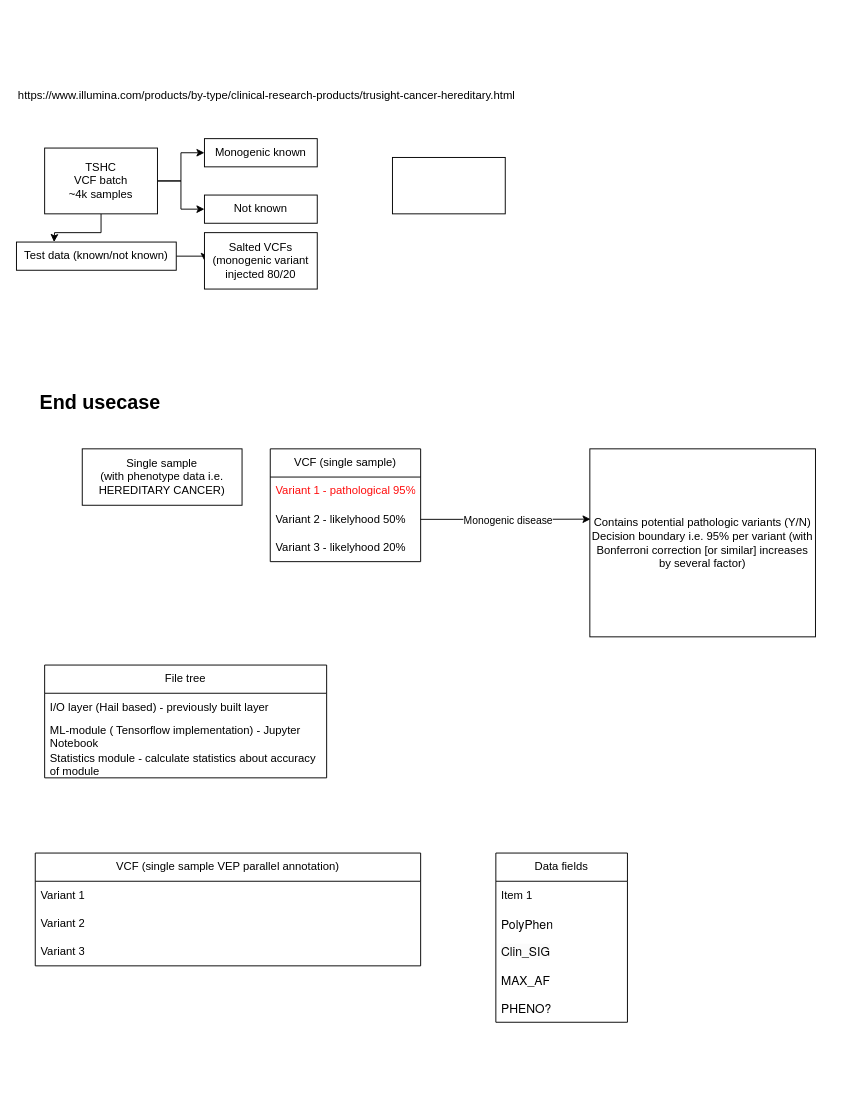
This is Untitled Diagram.drawio from OligoGeneticDiseases/GenomeMLModels, a draw.io file, before an edit. Source tidied: cells renumbered, new cells numbered last; positions are measured from the earlier drawing's top-left corner, leaving out a move shared by most shapes. Both pictures are drawn from the tidied source at 94%, with x=0, y=0 at pixel (16, 82).
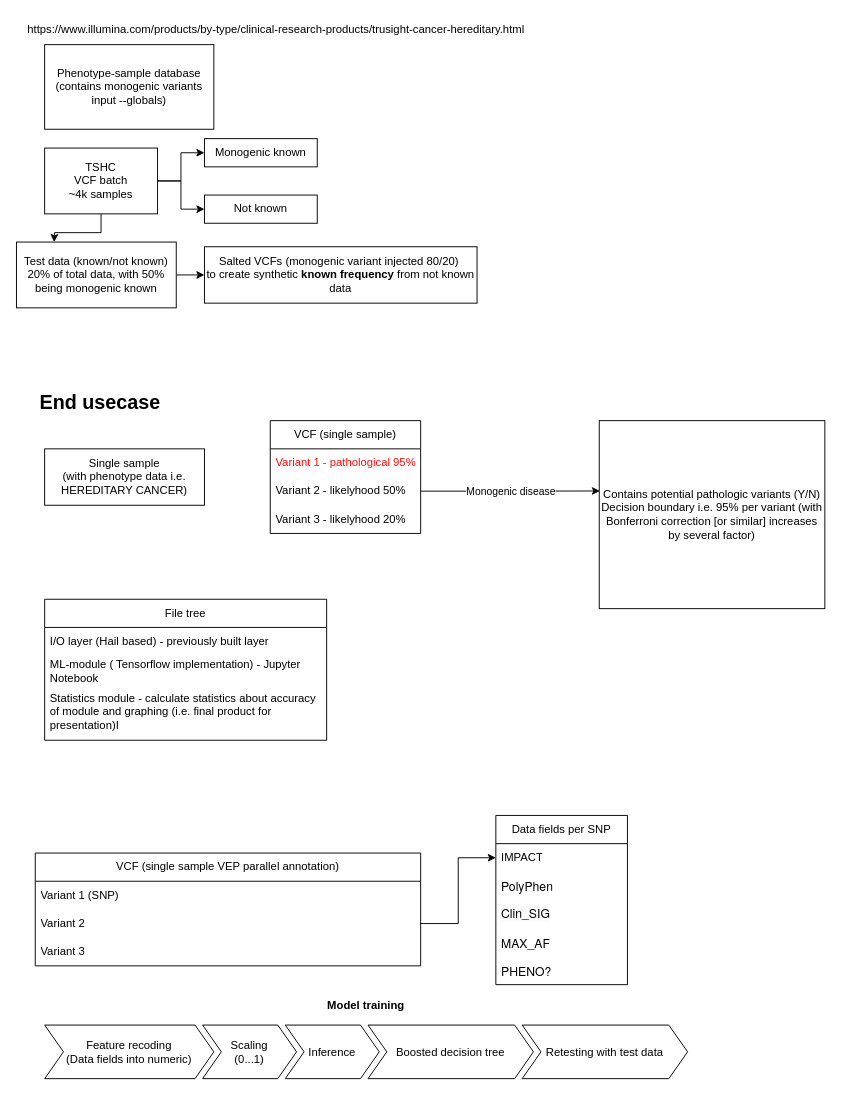
After the change.

The change refers to these unchanged cells:
```xml
<mxCell id="7" value="VCF (single sample VEP parallel annotation)" style="swimlane;fontStyle=0;horizontal=1;startSize=30;whiteSpace=wrap;html=1;" parent="1" vertex="1">
  <mxGeometry x="20" y="820" width="410" height="120" as="geometry" />
</mxCell>
<mxCell id="9" value="Variant 2" style="text;strokeColor=none;fillColor=none;align=left;verticalAlign=middle;spacingLeft=4;spacingRight=4;overflow=hidden;points=[[0,0.5],[1,0.5]];portConstraint=eastwest;whiteSpace=wrap;html=1;" parent="7" vertex="1">
  <mxGeometry y="60" width="410" height="30" as="geometry" />
</mxCell>
```

The edit, as a diff of the source:
```diff
@@
     <mxCell id="6" value="Single sample&lt;br&gt;(with phenotype data i.e. HEREDITARY CANCER)" style="rounded=0;whiteSpace=wrap;html=1;" parent="1" vertex="1">
-      <mxGeometry x="70" y="390" width="170" height="60" as="geometry" />
+      <mxGeometry x="30" y="390" width="170" height="60" as="geometry" />
     </mxCell>
@@
-    <mxCell id="8" value="Variant 1" style="text;strokeColor=none;fillColor=none;align=left;verticalAlign=middle;spacingLeft=4;spacingRight=4;overflow=hidden;whiteSpace=wrap;html=1;" parent="7" vertex="1">
+    <mxCell id="8" value="Variant 1 (SNP)" style="text;strokeColor=none;fillColor=none;align=left;verticalAlign=middle;spacingLeft=4;spacingRight=4;overflow=hidden;whiteSpace=wrap;html=1;" parent="7" vertex="1">
       <mxGeometry y="30" width="410" height="30" as="geometry" />
     </mxCell>
@@
     <mxCell id="11" value="Contains potential pathologic variants (Y/N)&lt;br&gt;Decision boundary i.e. 95% per variant (with Bonferroni correction [or similar] increases by several factor)" style="rounded=0;whiteSpace=wrap;html=1;" parent="1" vertex="1">
-      <mxGeometry x="610" y="390" width="240" height="200" as="geometry" />
+      <mxGeometry x="620" y="360" width="240" height="200" as="geometry" />
     </mxCell>
     <mxCell id="12" value="VCF (single sample)" style="swimlane;fontStyle=0;horizontal=1;startSize=30;whiteSpace=wrap;html=1;" parent="1" vertex="1">
-      <mxGeometry x="270" y="390" width="160" height="120" as="geometry" />
+      <mxGeometry x="270" y="360" width="160" height="120" as="geometry" />
     </mxCell>
@@
-    <mxCell id="22" style="rounded=0;whiteSpace=wrap;html=1;" parent="1" vertex="1">
-      <mxGeometry x="400" y="80" width="120" height="60" as="geometry" />
+    <mxCell id="22" value="Phenotype-sample database (contains monogenic variants input --globals)" style="rounded=0;whiteSpace=wrap;html=1;" parent="1" vertex="1">
+      <mxGeometry x="30" y="-40" width="180" height="90" as="geometry" />
     </mxCell>
@@
-    <mxCell id="24" value="Test data (known/not known)" style="rounded=0;whiteSpace=wrap;html=1;" parent="1" vertex="1">
-      <mxGeometry y="170" width="170" height="30" as="geometry" />
+    <mxCell id="24" value="Test data (known/not known)&lt;br&gt;20% of total data, with 50% being monogenic known" style="rounded=0;whiteSpace=wrap;html=1;" parent="1" vertex="1">
+      <mxGeometry y="170" width="170" height="70" as="geometry" />
     </mxCell>
-    <mxCell id="25" value="Salted VCFs (monogenic variant injected 80/20" style="rounded=0;whiteSpace=wrap;html=1;" parent="1" vertex="1">
-      <mxGeometry x="200" y="160" width="120" height="60" as="geometry" />
+    <mxCell id="25" value="Salted VCFs (monogenic variant injected 80/20)&amp;nbsp;&lt;br&gt;to create synthetic &lt;b&gt;known frequency&lt;/b&gt;&amp;nbsp;from not known data" style="rounded=0;whiteSpace=wrap;html=1;" parent="1" vertex="1">
+      <mxGeometry x="200" y="175" width="290" height="60" as="geometry" />
     </mxCell>
@@
     <mxCell id="27" value="File tree" style="swimlane;fontStyle=0;horizontal=1;startSize=30;whiteSpace=wrap;html=1;" parent="1" vertex="1">
-      <mxGeometry x="30" y="620" width="300" height="120" as="geometry" />
+      <mxGeometry x="30" y="550" width="300" height="150" as="geometry" />
     </mxCell>
@@
-    <mxCell id="30" value="Statistics module - calculate statistics about accuracy of module" style="text;strokeColor=none;fillColor=none;align=left;verticalAlign=middle;spacingLeft=4;spacingRight=4;overflow=hidden;whiteSpace=wrap;html=1;" parent="27" vertex="1">
-      <mxGeometry y="90" width="300" height="30" as="geometry" />
+    <mxCell id="30" value="Statistics module - calculate statistics about accuracy of module and graphing (i.e. final product for presentation)I" style="text;strokeColor=none;fillColor=none;align=left;verticalAlign=middle;spacingLeft=4;spacingRight=4;overflow=hidden;whiteSpace=wrap;html=1;" parent="27" vertex="1">
+      <mxGeometry y="90" width="300" height="60" as="geometry" />
     </mxCell>
     <mxCell id="31" value="https://www.illumina.com/products/by-type/clinical-research-products/trusight-cancer-hereditary.html" style="text;whiteSpace=wrap;" parent="1" vertex="1">
-      <mxGeometry width="560" height="50" as="geometry" />
+      <mxGeometry x="10" y="-70" width="560" height="50" as="geometry" />
     </mxCell>
-    <mxCell id="32" value="Data fields" style="swimlane;fontStyle=0;horizontal=1;startSize=30;whiteSpace=wrap;html=1;" parent="1" vertex="1">
-      <mxGeometry x="510" y="820" width="140" height="180" as="geometry" />
+    <mxCell id="32" value="Data fields per SNP" style="swimlane;fontStyle=0;horizontal=1;startSize=30;whiteSpace=wrap;html=1;" parent="1" vertex="1">
+      <mxGeometry x="510" y="780" width="140" height="180" as="geometry" />
     </mxCell>
-    <mxCell id="33" value="Item 1" style="text;strokeColor=none;fillColor=none;align=left;verticalAlign=middle;spacingLeft=4;spacingRight=4;overflow=hidden;points=[[0,0.5],[1,0.5]];portConstraint=eastwest;whiteSpace=wrap;html=1;" parent="32" vertex="1">
+    <mxCell id="33" value="IMPACT" style="text;strokeColor=none;fillColor=none;align=left;verticalAlign=middle;spacingLeft=4;spacingRight=4;overflow=hidden;points=[[0,0.5],[1,0.5]];portConstraint=eastwest;whiteSpace=wrap;html=1;" parent="32" vertex="1">
       <mxGeometry y="30" width="140" height="30" as="geometry" />
     </mxCell>
@@
+    <mxCell id="38" value="Model training" style="swimlane;horizontal=1;fillColor=none;strokeColor=none;stackBorder=10;align=center;whiteSpace=wrap;html=1;" parent="1" vertex="1">
+      <mxGeometry x="20" y="970" width="704" height="100" as="geometry" />
+    </mxCell>
+    <mxCell id="39" value="Feature recoding&lt;br&gt;(Data fields into numeric)" style="shape=step;perimeter=stepPerimeter;fixedSize=1;whiteSpace=wrap;html=1;" parent="38" vertex="1">
+      <mxGeometry x="10" y="33" width="180" height="57" as="geometry" />
+    </mxCell>
+    <mxCell id="40" value="Scaling&lt;br&gt;(0...1)" style="shape=step;perimeter=stepPerimeter;fixedSize=1;whiteSpace=wrap;html=1;" parent="38" vertex="1">
+      <mxGeometry x="178" y="33" width="100" height="57" as="geometry" />
+    </mxCell>
+    <mxCell id="41" value="Inference" style="shape=step;perimeter=stepPerimeter;fixedSize=1;whiteSpace=wrap;html=1;" parent="38" vertex="1">
+      <mxGeometry x="266" y="33" width="100" height="57" as="geometry" />
+    </mxCell>
+    <mxCell id="42" value="Boosted decision tree" style="shape=step;perimeter=stepPerimeter;fixedSize=1;whiteSpace=wrap;html=1;" parent="38" vertex="1">
+      <mxGeometry x="354" y="33" width="176" height="57" as="geometry" />
+    </mxCell>
+    <mxCell id="43" value="Retesting with test data" style="shape=step;perimeter=stepPerimeter;fixedSize=1;whiteSpace=wrap;html=1;" parent="38" vertex="1">
+      <mxGeometry x="518" y="33" width="176" height="57" as="geometry" />
+    </mxCell>
+    <mxCell id="44" style="edgeStyle=orthogonalEdgeStyle;rounded=0;jettySize=auto;html=1;exitX=1;exitY=0.5;exitDx=0;exitDy=0;" parent="1" edge="1" source="9" target="33">
+      <mxGeometry relative="1" as="geometry" />
+    </mxCell>
```
